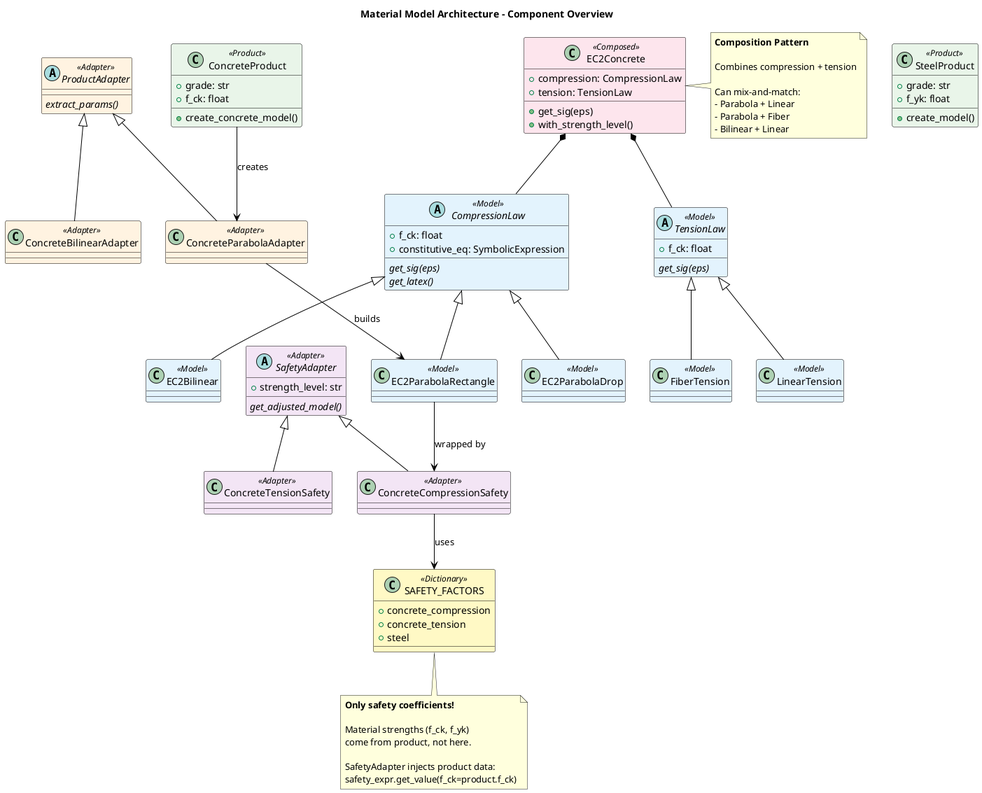
This is dev_docs/Material Model Architecture - Overview.png from bmcs-group/bmcs_cross_section, a PlantUML export, as it was before one commit.
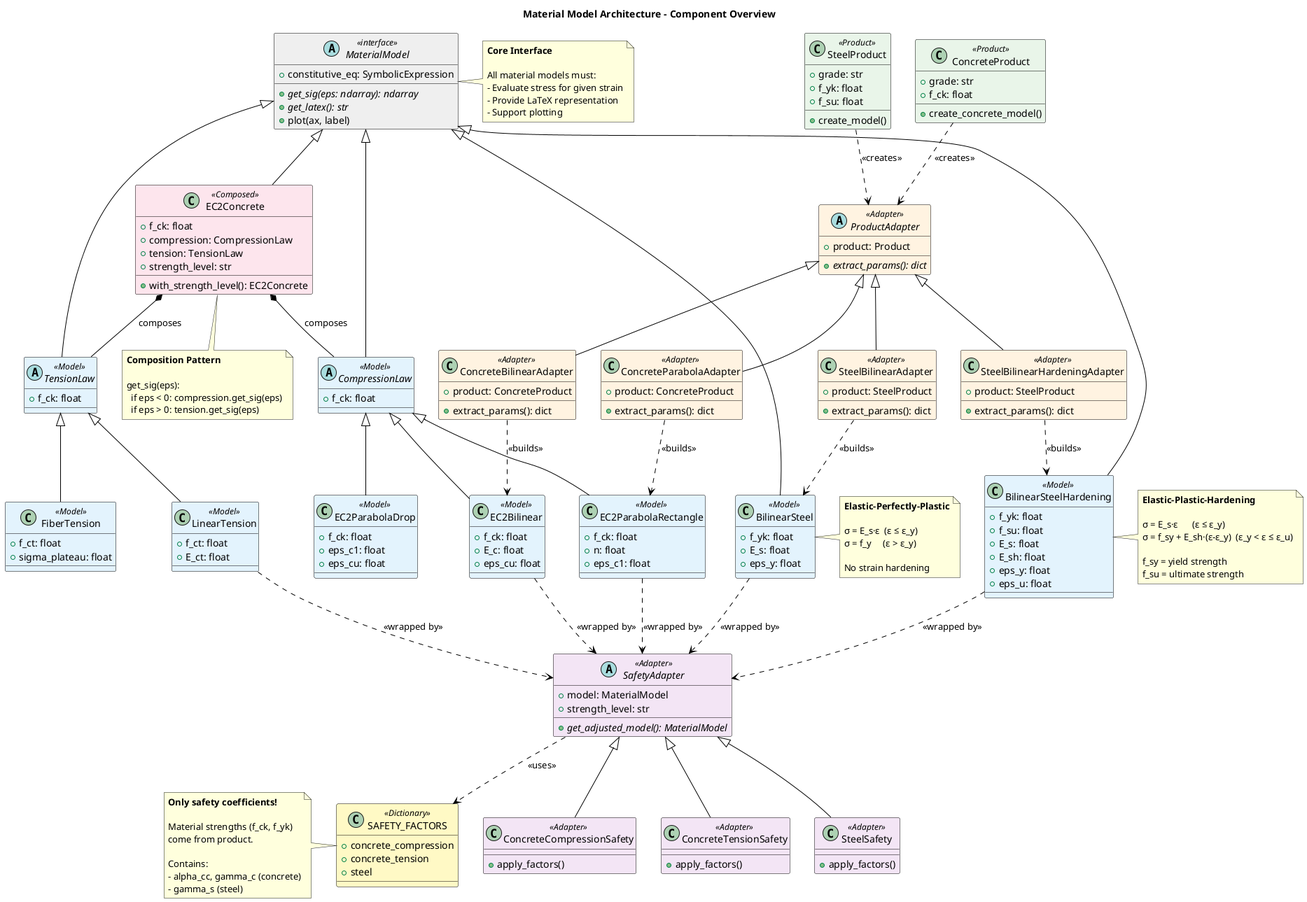
After the change.

Commit message:
Refine material architecture diagram: add base interface and steel models

What changed in the source:
```diff
@@ -8,6 +8,22 @@
 
 title Material Model Architecture - Component Overview
 
+abstract class MaterialModel <<interface>> #EEEEEE {
+    + constitutive_eq: SymbolicExpression
+    {abstract} + get_sig(eps: ndarray): ndarray
+    {abstract} + get_latex(): str
+    + plot(ax, label)
+}
+
+note right of MaterialModel
+  <b>Core Interface</b>
+
+  All material models must:
+  - Evaluate stress for given strain
+  - Provide LaTeX representation
+  - Support plotting
+end note
+
 class ConcreteProduct <<Product>> #E8F5E9 {
     + grade: str
     + f_ck: float
@@ -17,42 +33,122 @@
 class SteelProduct <<Product>> #E8F5E9 {
     + grade: str
     + f_yk: float
+    + f_su: float
     + create_model()
 }
 
-abstract ProductAdapter <<Adapter>> #FFF3E0 {
-    {abstract} extract_params()
+abstract class ProductAdapter <<Adapter>> #FFF3E0 {
+    + product: Product
+    {abstract} + extract_params(): dict
 }
 
-class ConcreteParabolaAdapter <<Adapter>> #FFF3E0
-class ConcreteBilinearAdapter <<Adapter>> #FFF3E0
-
-abstract CompressionLaw <<Model>> #E3F2FD {
-    + f_ck: float
-    + constitutive_eq: SymbolicExpression
-    {abstract} get_sig(eps)
-    {abstract} get_latex()
+class ConcreteParabolaAdapter <<Adapter>> #FFF3E0 {
+    + product: ConcreteProduct
+    + extract_params(): dict
 }
 
-class EC2ParabolaRectangle <<Model>> #E3F2FD
-class EC2Bilinear <<Model>> #E3F2FD
-class EC2ParabolaDrop <<Model>> #E3F2FD
-
-abstract TensionLaw <<Model>> #E3F2FD {
-    + f_ck: float
-    {abstract} get_sig(eps)
+class ConcreteBilinearAdapter <<Adapter>> #FFF3E0 {
+    + product: ConcreteProduct
+    + extract_params(): dict
 }
 
-class LinearTension <<Model>> #E3F2FD
-class FiberTension <<Model>> #E3F2FD
-
-abstract SafetyAdapter <<Adapter>> #F3E5F5 {
-    + strength_level: str
-    {abstract} get_adjusted_model()
+class SteelBilinearAdapter <<Adapter>> #FFF3E0 {
+    + product: SteelProduct
+    + extract_params(): dict
 }
 
-class ConcreteCompressionSafety <<Adapter>> #F3E5F5
-class ConcreteTensionSafety <<Adapter>> #F3E5F5
+class SteelBilinearHardeningAdapter <<Adapter>> #FFF3E0 {
+    + product: SteelProduct
+    + extract_params(): dict
+}
+
+abstract class CompressionLaw <<Model>> #E3F2FD {
+    + f_ck: float
+}
+
+class EC2ParabolaRectangle <<Model>> #E3F2FD {
+    + f_ck: float
+    + n: float
+    + eps_c1: float
+}
+
+class EC2Bilinear <<Model>> #E3F2FD {
+    + f_ck: float
+    + E_c: float
+    + eps_cu: float
+}
+
+class EC2ParabolaDrop <<Model>> #E3F2FD {
+    + f_ck: float
+    + eps_c1: float
+    + eps_cu: float
+}
+
+abstract class TensionLaw <<Model>> #E3F2FD {
+    + f_ck: float
+}
+
+class LinearTension <<Model>> #E3F2FD {
+    + f_ct: float
+    + E_ct: float
+}
+
+class FiberTension <<Model>> #E3F2FD {
+    + f_ct: float
+    + sigma_plateau: float
+}
+
+class BilinearSteel <<Model>> #E3F2FD {
+    + f_yk: float
+    + E_s: float
+    + eps_y: float
+}
+
+note right of BilinearSteel
+  <b>Elastic-Perfectly-Plastic</b>
+
+  σ = E_s·ε  (ε ≤ ε_y)
+  σ = f_y     (ε > ε_y)
+
+  No strain hardening
+end note
+
+class BilinearSteelHardening <<Model>> #E3F2FD {
+    + f_yk: float
+    + f_su: float
+    + E_s: float
+    + E_sh: float
+    + eps_y: float
+    + eps_u: float
+}
+
+note right of BilinearSteelHardening
+  <b>Elastic-Plastic-Hardening</b>
+
+  σ = E_s·ε      (ε ≤ ε_y)
+  σ = f_sy + E_sh·(ε-ε_y)  (ε_y < ε ≤ ε_u)
+
+  f_sy = yield strength
+  f_su = ultimate strength
+end note
+
+abstract class SafetyAdapter <<Adapter>> #F3E5F5 {
+    + model: MaterialModel
+    + strength_level: str
+    {abstract} + get_adjusted_model(): MaterialModel
+}
+
+class ConcreteCompressionSafety <<Adapter>> #F3E5F5 {
+    + apply_factors()
+}
+
+class ConcreteTensionSafety <<Adapter>> #F3E5F5 {
+    + apply_factors()
+}
+
+class SteelSafety <<Adapter>> #F3E5F5 {
+    + apply_factors()
+}
 
 class SAFETY_FACTORS <<Dictionary>> #FFF9C4 {
     + concrete_compression
@@ -60,49 +156,72 @@
     + steel
 }
 
+note left of SAFETY_FACTORS
+  <b>Only safety coefficients!</b>
+
+  Material strengths (f_ck, f_yk)
+  come from product.
+
+  Contains:
+  - alpha_cc, gamma_c (concrete)
+  - gamma_s (steel)
+end note
+
 class EC2Concrete <<Composed>> #FCE4EC {
+    + f_ck: float
     + compression: CompressionLaw
     + tension: TensionLaw
-    + get_sig(eps)
-    + with_strength_level()
+    + strength_level: str
+    + with_strength_level(): EC2Concrete
 }
 
-ConcreteProduct --> ConcreteParabolaAdapter : creates
-ConcreteParabolaAdapter --> EC2ParabolaRectangle : builds
-EC2ParabolaRectangle --> ConcreteCompressionSafety : wrapped by
-ConcreteCompressionSafety --> SAFETY_FACTORS : uses
-EC2Concrete *-- CompressionLaw
-EC2Concrete *-- TensionLaw
+note bottom of EC2Concrete
+  <b>Composition Pattern</b>
+
+  get_sig(eps):
+    if eps < 0: compression.get_sig(eps)
+    if eps > 0: tension.get_sig(eps)
+end note
+
+MaterialModel <|-- CompressionLaw
+MaterialModel <|-- TensionLaw
+MaterialModel <|-- BilinearSteel
+MaterialModel <|-- BilinearSteelHardening
+MaterialModel <|-- EC2Concrete
+
+CompressionLaw <|-- EC2ParabolaRectangle
+CompressionLaw <|-- EC2Bilinear
+CompressionLaw <|-- EC2ParabolaDrop
+
+TensionLaw <|-- LinearTension
+TensionLaw <|-- FiberTension
 
 ProductAdapter <|-- ConcreteParabolaAdapter
 ProductAdapter <|-- ConcreteBilinearAdapter
-CompressionLaw <|-- EC2ParabolaRectangle
-CompressionLaw <|-- EC2Bilinear
-CompressionLaw <|-- EC2ParabolaDrop
-TensionLaw <|-- LinearTension
-TensionLaw <|-- FiberTension
+ProductAdapter <|-- SteelBilinearAdapter
+ProductAdapter <|-- SteelBilinearHardeningAdapter
+
 SafetyAdapter <|-- ConcreteCompressionSafety
 SafetyAdapter <|-- ConcreteTensionSafety
+SafetyAdapter <|-- SteelSafety
 
-note bottom of SAFETY_FACTORS
-  <b>Only safety coefficients!</b>
+ConcreteProduct ..> ProductAdapter : <<creates>>
+SteelProduct ..> ProductAdapter : <<creates>>
 
-  Material strengths (f_ck, f_yk)
-  come from product, not here.
+ConcreteParabolaAdapter ..> EC2ParabolaRectangle : <<builds>>
+ConcreteBilinearAdapter ..> EC2Bilinear : <<builds>>
+SteelBilinearAdapter ..> BilinearSteel : <<builds>>
+SteelBilinearHardeningAdapter ..> BilinearSteelHardening : <<builds>>
 
-  SafetyAdapter injects product data:
-  safety_expr.get_value(f_ck=product.f_ck)
-end note
+EC2ParabolaRectangle ..> SafetyAdapter : <<wrapped by>>
+EC2Bilinear ..> SafetyAdapter : <<wrapped by>>
+LinearTension ..> SafetyAdapter : <<wrapped by>>
+BilinearSteel ..> SafetyAdapter : <<wrapped by>>
+BilinearSteelHardening ..> SafetyAdapter : <<wrapped by>>
 
-note right of EC2Concrete
-  <b>Composition Pattern</b>
+SafetyAdapter ..> SAFETY_FACTORS : <<uses>>
 
-  Combines compression + tension
-
-  Can mix-and-match:
-  - Parabola + Linear
-  - Parabola + Fiber
-  - Bilinear + Linear
-end note
+EC2Concrete *-- CompressionLaw : composes
+EC2Concrete *-- TensionLaw : composes
 
 @enduml
```
